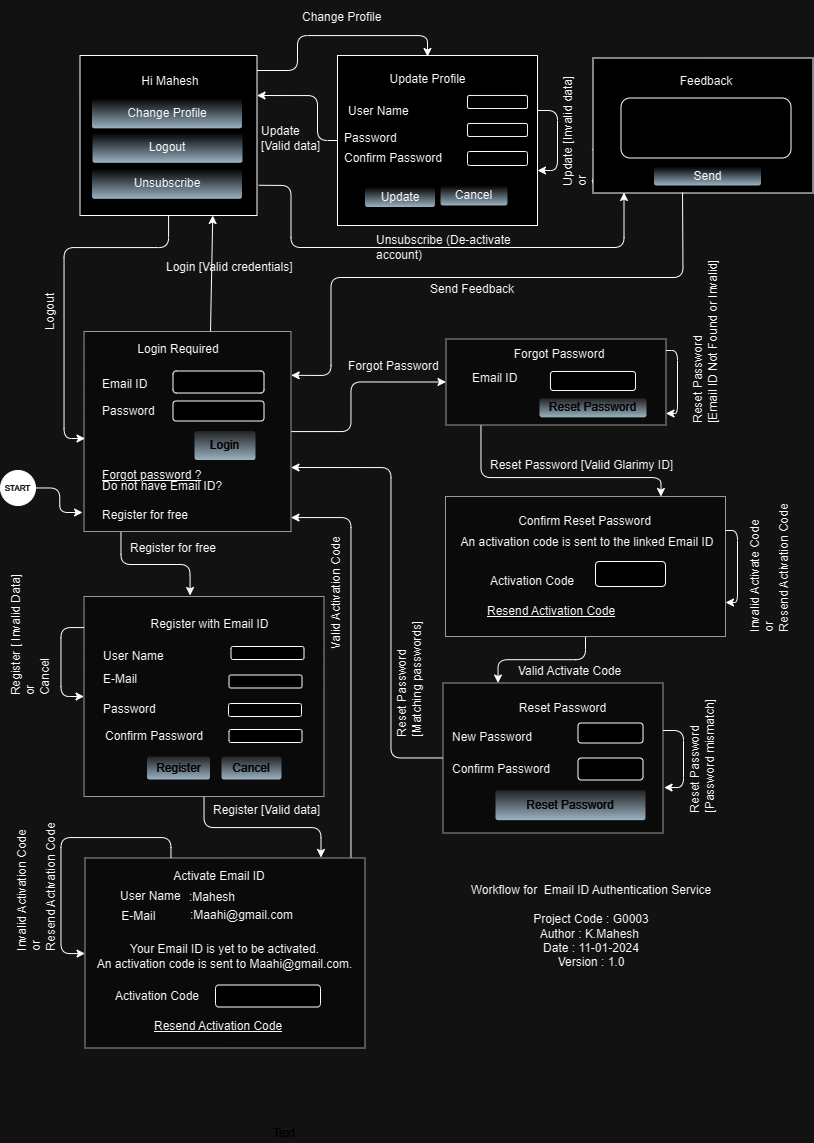
This is workflow.drawio.png from DEVOPS-CST-BATCH-14/PRO14, a draw.io export, as it was before one commit. Source tidied: cells renumbered, new cells last; positions are measured from the earlier drawing's top-left corner, leaving out a move shared by most shapes.
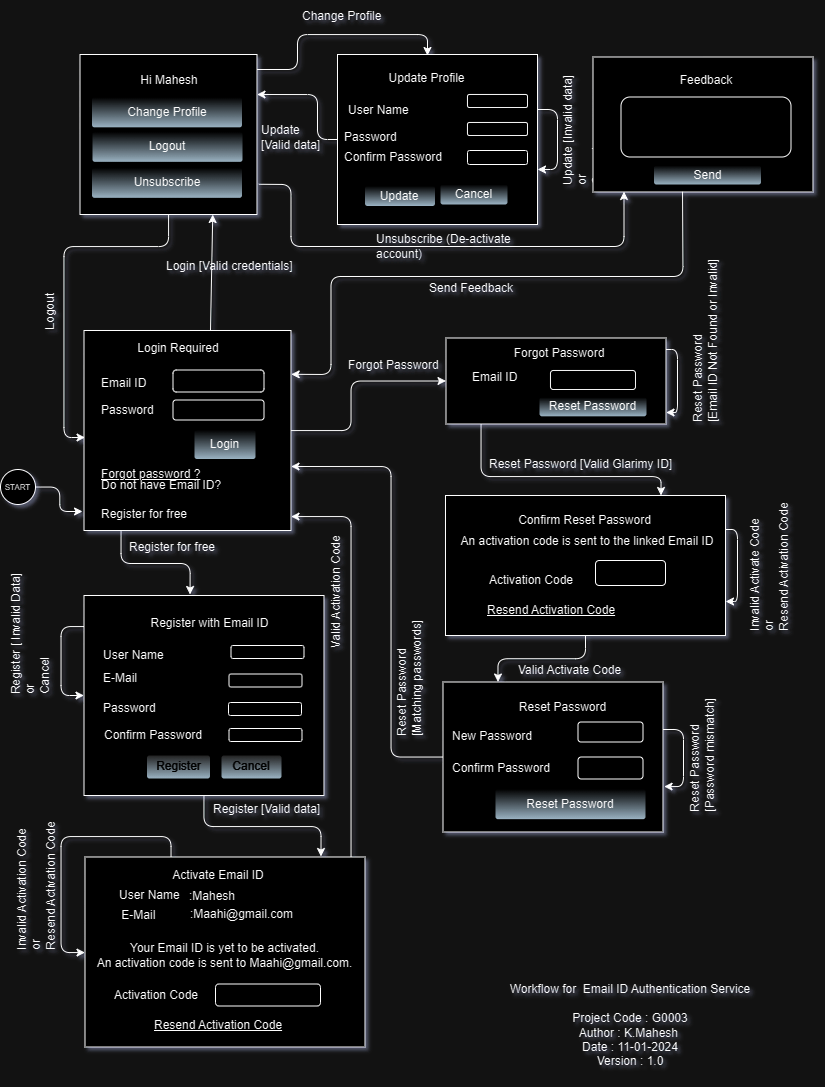
After the change.

Change to the diagram source:
```diff
@@ -1,2 +1,2 @@
-<mxGraphModel>
+<mxGraphModel shadow="1">
   <root>
@@ -20,3 +20,3 @@
     </mxCell>
-    <mxCell id="4" style="rounded=0;fillColor=#f5f5f5;strokeColor=#666666;fontColor=#333333;fontSize=12;labelBorderColor=none;whiteSpace=wrap;html=1;fontStyle=0;" parent="1" vertex="1">
+    <mxCell id="4" style="rounded=0;fontSize=12;labelBorderColor=none;whiteSpace=wrap;html=1;fontStyle=0;" parent="1" vertex="1">
       <mxGeometry x="122.5" y="331" width="207" height="200" as="geometry" />
@@ -26,3 +26,3 @@
     </mxCell>
-    <mxCell id="6" value="Email ID" style="text;strokeColor=none;fillColor=none;align=left;verticalAlign=middle;rounded=0;fontStyle=0;fontSize=12;labelBorderColor=none;whiteSpace=wrap;html=1;" parent="1" vertex="1">
+    <mxCell id="6" value="Email ID" style="text;align=left;verticalAlign=middle;rounded=0;fontStyle=0;fontSize=12;labelBorderColor=none;whiteSpace=wrap;html=1;" parent="1" vertex="1">
       <mxGeometry x="138.5" y="363.5" width="120" height="40" as="geometry" />
@@ -32,15 +32,15 @@
     </mxCell>
-    <mxCell id="8" value="Password" style="text;strokeColor=none;fillColor=none;align=left;verticalAlign=middle;rounded=0;fontStyle=0;fontSize=12;labelBorderColor=none;whiteSpace=wrap;html=1;" parent="1" vertex="1">
+    <mxCell id="8" value="Password" style="text;align=left;verticalAlign=middle;rounded=0;fontStyle=0;fontSize=12;labelBorderColor=none;whiteSpace=wrap;html=1;" parent="1" vertex="1">
       <mxGeometry x="138.5" y="390.5" width="130" height="40" as="geometry" />
     </mxCell>
-    <mxCell id="9" value="Login" style="strokeWidth=1;shadow=0;dashed=0;shape=mxgraph.ios.iButton;strokeColor=#444444;fontColor=#ffffff;buttonText=;fontSize=12;fillColor=#dddddd;fillColor2=#3D5565;align=center;labelBorderColor=none;whiteSpace=wrap;html=1;fontStyle=0;" parent="1" vertex="1">
+    <mxCell id="9" value="Login" style="strokeWidth=1;shadow=0;dashed=0;shape=mxgraph.ios.iButton;buttonText=;fontSize=12;fillColor2=#3D5565;align=center;labelBorderColor=none;whiteSpace=wrap;html=1;fontStyle=0;" parent="1" vertex="1">
       <mxGeometry x="233" y="430.5" width="61" height="29" as="geometry" />
     </mxCell>
-    <mxCell id="10" value="Forgot password ?" style="text;strokeColor=none;fillColor=none;align=left;verticalAlign=middle;rounded=0;fontStyle=4;fontSize=12;labelBorderColor=none;whiteSpace=wrap;html=1;" parent="1" vertex="1">
+    <mxCell id="10" value="Forgot password ?" style="text;align=left;verticalAlign=middle;rounded=0;fontStyle=4;fontSize=12;labelBorderColor=none;whiteSpace=wrap;html=1;" parent="1" vertex="1">
       <mxGeometry x="138.5" y="464.5" width="210" height="20" as="geometry" />
     </mxCell>
-    <mxCell id="11" value="Do not have Email ID? &lt;br&gt;&lt;br&gt;Register for free" style="text;strokeColor=none;fillColor=none;align=left;verticalAlign=middle;rounded=0;fontStyle=0;fontSize=12;labelBorderColor=none;whiteSpace=wrap;html=1;" parent="1" vertex="1">
+    <mxCell id="11" value="Do not have Email ID? &lt;br&gt;&lt;br&gt;Register for free" style="text;align=left;verticalAlign=middle;rounded=0;fontStyle=0;fontSize=12;labelBorderColor=none;whiteSpace=wrap;html=1;" parent="1" vertex="1">
       <mxGeometry x="138.5" y="489.5" width="157" height="20" as="geometry" />
     </mxCell>
-    <mxCell id="12" value="Login Required" style="text;strokeColor=none;fillColor=none;align=center;verticalAlign=middle;rounded=0;fontSize=12;labelBorderColor=none;whiteSpace=wrap;html=1;fontStyle=0;" parent="1" vertex="1">
+    <mxCell id="12" value="Login Required" style="text;align=center;verticalAlign=middle;rounded=0;fontSize=12;labelBorderColor=none;whiteSpace=wrap;html=1;fontStyle=0;" parent="1" vertex="1">
       <mxGeometry x="153" y="331" width="128" height="35" as="geometry" />
@@ -56,3 +56,3 @@
     </mxCell>
-    <mxCell id="14" style="rounded=0;fillColor=#f5f5f5;strokeColor=#666666;fontColor=#333333;fontSize=12;labelBorderColor=none;whiteSpace=wrap;html=1;fontStyle=0;" parent="1" vertex="1">
+    <mxCell id="14" style="rounded=0;fontSize=12;labelBorderColor=none;whiteSpace=wrap;html=1;fontStyle=0;" parent="1" vertex="1">
       <mxGeometry x="122.5" y="596" width="240" height="200" as="geometry" />
@@ -90,9 +90,9 @@
     </mxCell>
-    <mxCell id="24" style="rounded=0;fillColor=#f5f5f5;strokeColor=#666666;fontColor=#333333;fontSize=12;labelBorderColor=none;whiteSpace=wrap;html=1;fontStyle=0;" parent="1" vertex="1">
+    <mxCell id="24" style="rounded=0;fontSize=12;labelBorderColor=none;whiteSpace=wrap;html=1;fontStyle=0;" parent="1" vertex="1">
       <mxGeometry x="123.5" y="857.5" width="280" height="190" as="geometry" />
     </mxCell>
-    <mxCell id="25" value="User Name" style="text;strokeColor=none;fillColor=none;align=left;verticalAlign=middle;rounded=0;fontStyle=0;fontSize=12;labelBorderColor=none;whiteSpace=wrap;html=1;" parent="1" vertex="1">
+    <mxCell id="25" value="User Name" style="text;align=left;verticalAlign=middle;rounded=0;fontStyle=0;fontSize=12;labelBorderColor=none;whiteSpace=wrap;html=1;" parent="1" vertex="1">
       <mxGeometry x="156.5" y="875.5" width="120" height="40" as="geometry" />
     </mxCell>
-    <mxCell id="26" value="Activate Email ID" style="text;strokeColor=none;fillColor=none;align=center;verticalAlign=middle;rounded=0;fontSize=12;fontStyle=0;labelBorderColor=none;whiteSpace=wrap;html=1;" parent="1" vertex="1">
+    <mxCell id="26" value="Activate Email ID" style="text;align=center;verticalAlign=middle;rounded=0;fontSize=12;fontStyle=0;labelBorderColor=none;whiteSpace=wrap;html=1;" parent="1" vertex="1">
       <mxGeometry x="173.5" y="866.5" width="168" height="18" as="geometry" />
@@ -102,15 +102,15 @@
     </mxCell>
-    <mxCell id="28" value="Activation Code" style="text;strokeColor=none;fillColor=none;align=left;verticalAlign=middle;rounded=0;fontStyle=0;fontSize=12;labelBorderColor=none;whiteSpace=wrap;html=1;" parent="1" vertex="1">
+    <mxCell id="28" value="Activation Code" style="text;align=left;verticalAlign=middle;rounded=0;fontStyle=0;fontSize=12;labelBorderColor=none;whiteSpace=wrap;html=1;" parent="1" vertex="1">
       <mxGeometry x="151.5" y="975.5" width="130" height="40" as="geometry" />
     </mxCell>
-    <mxCell id="29" value="&amp;nbsp;E-Mail" style="text;strokeColor=none;fillColor=none;align=left;verticalAlign=middle;rounded=0;fontStyle=0;fontSize=12;labelBorderColor=none;whiteSpace=wrap;html=1;" parent="1" vertex="1">
+    <mxCell id="29" value="&amp;nbsp;E-Mail" style="text;align=left;verticalAlign=middle;rounded=0;fontStyle=0;fontSize=12;labelBorderColor=none;whiteSpace=wrap;html=1;" parent="1" vertex="1">
       <mxGeometry x="155" y="895.5" width="120" height="40" as="geometry" />
     </mxCell>
-    <mxCell id="30" value=":Mahesh" style="text;strokeColor=none;fillColor=none;align=left;verticalAlign=middle;rounded=0;fontStyle=0;fontSize=12;labelBorderColor=none;whiteSpace=wrap;html=1;" parent="1" vertex="1">
+    <mxCell id="30" value=":Mahesh" style="text;align=left;verticalAlign=middle;rounded=0;fontStyle=0;fontSize=12;labelBorderColor=none;whiteSpace=wrap;html=1;" parent="1" vertex="1">
       <mxGeometry x="225.5" y="882" width="141" height="29" as="geometry" />
     </mxCell>
-    <mxCell id="31" value=":Maahi@gmail.com" style="text;strokeColor=none;fillColor=none;align=left;verticalAlign=middle;rounded=0;fontStyle=0;fontSize=12;labelBorderColor=none;whiteSpace=wrap;html=1;" parent="1" vertex="1">
+    <mxCell id="31" value=":Maahi@gmail.com" style="text;align=left;verticalAlign=middle;rounded=0;fontStyle=0;fontSize=12;labelBorderColor=none;whiteSpace=wrap;html=1;" parent="1" vertex="1">
       <mxGeometry x="227" y="902" width="141" height="26" as="geometry" />
     </mxCell>
-    <mxCell id="32" value="Resend Activation Code" style="text;strokeColor=none;fillColor=none;align=left;verticalAlign=middle;rounded=0;fontStyle=4;fontSize=12;labelBorderColor=none;whiteSpace=wrap;html=1;" parent="1" vertex="1">
+    <mxCell id="32" value="Resend Activation Code" style="text;align=left;verticalAlign=middle;rounded=0;fontStyle=4;fontSize=12;labelBorderColor=none;whiteSpace=wrap;html=1;" parent="1" vertex="1">
       <mxGeometry x="190.5" y="1015.5" width="146" height="20" as="geometry" />
@@ -125,6 +125,6 @@
     </mxCell>
-    <mxCell id="34" style="rounded=0;fillColor=#f5f5f5;strokeColor=#666666;fontColor=#333333;fontSize=12;labelBorderColor=none;whiteSpace=wrap;html=1;fontStyle=0;" parent="1" vertex="1">
+    <mxCell id="34" style="rounded=0;fontSize=12;labelBorderColor=none;whiteSpace=wrap;html=1;fontStyle=0;" parent="1" vertex="1">
       <mxGeometry x="484.5" y="338.5" width="220" height="86" as="geometry" />
     </mxCell>
-    <mxCell id="35" value="Forgot Password" style="text;strokeColor=none;fillColor=none;align=center;verticalAlign=middle;rounded=0;fontSize=12;labelBorderColor=none;whiteSpace=wrap;html=1;fontStyle=0;" parent="1" vertex="1">
+    <mxCell id="35" value="Forgot Password" style="text;align=center;verticalAlign=middle;rounded=0;fontSize=12;labelBorderColor=none;whiteSpace=wrap;html=1;fontStyle=0;" parent="1" vertex="1">
       <mxGeometry x="536" y="336" width="124" height="35" as="geometry" />
@@ -134,3 +134,3 @@
     </mxCell>
-    <mxCell id="37" value="Email ID" style="text;strokeColor=none;fillColor=none;align=left;verticalAlign=middle;rounded=0;fontStyle=0;fontSize=12;labelBorderColor=none;whiteSpace=wrap;html=1;" parent="1" vertex="1">
+    <mxCell id="37" value="Email ID" style="text;align=left;verticalAlign=middle;rounded=0;fontStyle=0;fontSize=12;labelBorderColor=none;whiteSpace=wrap;html=1;" parent="1" vertex="1">
       <mxGeometry x="509" y="357.8" width="130" height="40" as="geometry" />
@@ -140,6 +140,6 @@
     </mxCell>
-    <mxCell id="39" style="rounded=0;fillColor=#f5f5f5;strokeColor=#666666;fontColor=#333333;fontSize=12;labelBorderColor=none;whiteSpace=wrap;html=1;fontStyle=0;" parent="1" vertex="1">
+    <mxCell id="39" style="rounded=0;fontSize=12;labelBorderColor=none;whiteSpace=wrap;html=1;fontStyle=0;" parent="1" vertex="1">
       <mxGeometry x="484" y="496" width="280" height="140" as="geometry" />
     </mxCell>
-    <mxCell id="40" value="Confirm Reset Password&lt;br&gt;" style="text;strokeColor=none;fillColor=none;align=center;verticalAlign=middle;rounded=0;fontSize=12;labelBorderColor=none;whiteSpace=wrap;html=1;fontStyle=0;" parent="1" vertex="1">
+    <mxCell id="40" value="Confirm Reset Password&lt;br&gt;" style="text;align=center;verticalAlign=middle;rounded=0;fontSize=12;labelBorderColor=none;whiteSpace=wrap;html=1;fontStyle=0;" parent="1" vertex="1">
       <mxGeometry x="543" y="503" width="161" height="35" as="geometry" />
@@ -160,3 +160,3 @@
     </mxCell>
-    <mxCell id="43" style="rounded=0;fillColor=#f5f5f5;strokeColor=#666666;fontColor=#333333;fontSize=12;labelBorderColor=none;whiteSpace=wrap;html=1;fontStyle=0;" parent="1" vertex="1">
+    <mxCell id="43" style="rounded=0;fontSize=12;labelBorderColor=none;whiteSpace=wrap;html=1;fontStyle=0;" parent="1" vertex="1">
       <mxGeometry x="481.5" y="682.5" width="220" height="150" as="geometry" />
@@ -166,9 +166,9 @@
     </mxCell>
-    <mxCell id="45" value="New Password" style="text;strokeColor=none;fillColor=none;align=left;verticalAlign=middle;rounded=0;fontStyle=0;fontSize=12;labelBorderColor=none;whiteSpace=wrap;html=1;" parent="1" vertex="1">
+    <mxCell id="45" value="New Password" style="text;align=left;verticalAlign=middle;rounded=0;fontStyle=0;fontSize=12;labelBorderColor=none;whiteSpace=wrap;html=1;" parent="1" vertex="1">
       <mxGeometry x="489" y="717.4" width="130" height="40" as="geometry" />
     </mxCell>
-    <mxCell id="46" value="Reset Password" style="text;strokeColor=none;fillColor=none;align=center;verticalAlign=middle;rounded=0;fontSize=12;labelBorderColor=none;whiteSpace=wrap;html=1;fontStyle=0;" parent="1" vertex="1">
+    <mxCell id="46" value="Reset Password" style="text;align=center;verticalAlign=middle;rounded=0;fontSize=12;labelBorderColor=none;whiteSpace=wrap;html=1;fontStyle=0;" parent="1" vertex="1">
       <mxGeometry x="538" y="690" width="127" height="35" as="geometry" />
     </mxCell>
-    <mxCell id="47" value="Reset Password" style="strokeWidth=1;shadow=0;dashed=0;shape=mxgraph.ios.iButton;strokeColor=#444444;fontColor=#ffffff;buttonText=;fontSize=12;fillColor=#dddddd;fillColor2=#3D5565;align=center;labelBorderColor=none;whiteSpace=wrap;html=1;fontStyle=0;" parent="1" vertex="1">
+    <mxCell id="47" value="Reset Password" style="strokeWidth=1;shadow=0;dashed=0;shape=mxgraph.ios.iButton;buttonText=;fontSize=12;fillColor2=#3D5565;align=center;labelBorderColor=none;whiteSpace=wrap;html=1;fontStyle=0;" parent="1" vertex="1">
       <mxGeometry x="534" y="789.7" width="150" height="30" as="geometry" />
@@ -178,3 +178,3 @@
     </mxCell>
-    <mxCell id="49" value="Confirm Password" style="text;strokeColor=none;fillColor=none;align=left;verticalAlign=middle;rounded=0;fontStyle=0;fontSize=12;labelBorderColor=none;whiteSpace=wrap;html=1;" parent="1" vertex="1">
+    <mxCell id="49" value="Confirm Password" style="text;align=left;verticalAlign=middle;rounded=0;fontStyle=0;fontSize=12;labelBorderColor=none;whiteSpace=wrap;html=1;" parent="1" vertex="1">
       <mxGeometry x="489" y="749.4" width="130" height="40" as="geometry" />
@@ -252,5 +252,5 @@
     <mxCell id="68" value="Workflow for&amp;nbsp; Email ID Authentication Service&lt;br&gt;&lt;br&gt;Project Code : G0003&lt;br&gt;Author : K.Mahesh&amp;nbsp;&lt;br&gt;Date : 11-01-2024&lt;br&gt;Version : 1.0" style="text;strokeColor=none;fillColor=none;align=center;verticalAlign=middle;rounded=0;fontSize=12;labelBorderColor=none;whiteSpace=wrap;html=1;fontStyle=0;" parent="1" vertex="1">
-      <mxGeometry x="480.5" y="875.5" width="298" height="100" as="geometry" />
+      <mxGeometry x="520" y="975.5" width="298" height="100" as="geometry" />
     </mxCell>
-    <mxCell id="69" value="Your Email ID is yet to be activated.&lt;br&gt;An activation code is sent to Maahi@gmail.com. " style="text;strokeColor=none;fillColor=none;align=center;verticalAlign=middle;rounded=0;fontSize=12;labelBorderColor=none;whiteSpace=wrap;html=1;fontStyle=0;" parent="1" vertex="1">
+    <mxCell id="69" value="Your Email ID is yet to be activated.&lt;br&gt;An activation code is sent to Maahi@gmail.com. " style="text;align=center;verticalAlign=middle;rounded=0;fontSize=12;labelBorderColor=none;whiteSpace=wrap;html=1;fontStyle=0;" parent="1" vertex="1">
       <mxGeometry x="122.5" y="946" width="281" height="20" as="geometry" />
@@ -260,9 +260,9 @@
     </mxCell>
-    <mxCell id="71" value="Activation Code" style="text;strokeColor=none;fillColor=none;align=left;verticalAlign=middle;rounded=0;fontStyle=0;fontSize=12;labelBorderColor=none;whiteSpace=wrap;html=1;" parent="1" vertex="1">
+    <mxCell id="71" value="Activation Code" style="text;align=left;verticalAlign=middle;rounded=0;fontStyle=0;fontSize=12;labelBorderColor=none;whiteSpace=wrap;html=1;" parent="1" vertex="1">
       <mxGeometry x="526.5" y="560.5" width="130" height="40" as="geometry" />
     </mxCell>
-    <mxCell id="72" value="Resend Activation Code" style="text;strokeColor=none;fillColor=none;align=left;verticalAlign=middle;rounded=0;fontStyle=4;fontSize=12;labelBorderColor=none;whiteSpace=wrap;html=1;" parent="1" vertex="1">
+    <mxCell id="72" value="Resend Activation Code" style="text;align=left;verticalAlign=middle;rounded=0;fontStyle=4;fontSize=12;labelBorderColor=none;whiteSpace=wrap;html=1;" parent="1" vertex="1">
       <mxGeometry x="524" y="601" width="155" height="20" as="geometry" />
     </mxCell>
-    <mxCell id="73" value="An activation code is sent to the linked Email ID " style="text;strokeColor=none;fillColor=none;align=center;verticalAlign=middle;rounded=0;fontSize=12;labelBorderColor=none;whiteSpace=wrap;html=1;fontStyle=0;" parent="1" vertex="1">
+    <mxCell id="73" value="An activation code is sent to the linked Email ID " style="text;align=center;verticalAlign=middle;rounded=0;fontSize=12;labelBorderColor=none;whiteSpace=wrap;html=1;fontStyle=0;" parent="1" vertex="1">
       <mxGeometry x="494" y="532" width="264" height="20" as="geometry" />
@@ -278,3 +278,3 @@
     </mxCell>
-    <mxCell id="77" value="Reset Password" style="strokeWidth=1;shadow=0;dashed=0;shape=mxgraph.ios.iButton;strokeColor=#444444;fontColor=#ffffff;buttonText=;fontSize=12;fillColor=#dddddd;fillColor2=#3D5565;align=center;labelBorderColor=none;whiteSpace=wrap;html=1;fontStyle=0;" parent="1" vertex="1">
+    <mxCell id="77" value="Reset Password" style="strokeWidth=1;shadow=0;dashed=0;shape=mxgraph.ios.iButton;buttonText=;fontSize=12;fillColor2=#3D5565;align=center;labelBorderColor=none;whiteSpace=wrap;html=1;fontStyle=0;" parent="1" vertex="1">
       <mxGeometry x="578" y="397.8" width="107" height="19" as="geometry" />
@@ -294,3 +294,3 @@
     </mxCell>
-    <mxCell id="81" value="Forgot Password" style="text;strokeColor=none;fillColor=none;align=left;verticalAlign=middle;rounded=0;fontSize=12;labelBorderColor=none;whiteSpace=wrap;html=1;fontStyle=0;" parent="1" vertex="1">
+    <mxCell id="81" value="Forgot Password" style="text;align=left;verticalAlign=middle;rounded=0;fontSize=12;labelBorderColor=none;whiteSpace=wrap;html=1;fontStyle=0;" parent="1" vertex="1">
       <mxGeometry x="384.5" y="356" width="96" height="20" as="geometry" />
@@ -300,3 +300,3 @@
     </mxCell>
-    <mxCell id="83" value="Valid Activate Code" style="text;strokeColor=none;fillColor=none;align=left;verticalAlign=middle;rounded=0;fontSize=12;labelBorderColor=none;whiteSpace=wrap;html=1;fontStyle=0;" parent="1" vertex="1">
+    <mxCell id="83" value="Valid Activate Code" style="text;align=left;verticalAlign=middle;rounded=0;fontSize=12;labelBorderColor=none;whiteSpace=wrap;html=1;fontStyle=0;" parent="1" vertex="1">
       <mxGeometry x="554.5" y="661" width="116" height="20" as="geometry" />
@@ -310,3 +310,3 @@
     </mxCell>
-    <mxCell id="85" value="Invalid Activate Code&lt;br&gt;or&lt;br&gt;Resend Activation Code&lt;br&gt;" style="text;strokeColor=none;fillColor=none;align=left;verticalAlign=middle;rounded=0;fontSize=12;rotation=-90;labelBorderColor=none;whiteSpace=wrap;html=1;fontStyle=0;" parent="1" vertex="1">
+    <mxCell id="85" value="Invalid Activate Code&lt;br&gt;or&lt;br&gt;Resend Activation Code&lt;br&gt;" style="text;align=left;verticalAlign=middle;rounded=0;fontSize=12;rotation=-90;labelBorderColor=none;whiteSpace=wrap;html=1;fontStyle=0;" parent="1" vertex="1">
       <mxGeometry x="739.5" y="556" width="136" height="20" as="geometry" />
@@ -334,3 +334,3 @@
     </mxCell>
-    <mxCell id="90" value="Logout" style="text;html=1;strokeColor=none;fillColor=none;align=left;verticalAlign=middle;whiteSpace=wrap;rounded=0;fontSize=12;direction=south;rotation=-90;" parent="1" vertex="1">
+    <mxCell id="90" value="Logout" style="text;html=1;align=left;verticalAlign=middle;whiteSpace=wrap;rounded=0;fontSize=12;direction=south;rotation=-90;" parent="1" vertex="1">
       <mxGeometry x="78.5" y="295" width="20" height="54" as="geometry" />
@@ -361,5 +361,2 @@
     </mxCell>
-    <mxCell id="96" value="Text" style="text;html=1;align=left;verticalAlign=top;spacingTop=-4;fontSize=12;fontColor=#FFFFFF;" parent="1" vertex="1">
-      <mxGeometry x="309.5" y="1123" width="40" height="20" as="geometry" />
-    </mxCell>
     <mxCell id="97" style="edgeStyle=orthogonalEdgeStyle;rounded=1;comic=0;jumpStyle=none;orthogonalLoop=1;jettySize=auto;fontSize=12;fontColor=#FFFFFF;align=left;labelBorderColor=none;html=1;fontStyle=0;" parent="1" edge="1" source="24" target="24">
@@ -427,3 +424,3 @@
     </mxCell>
-    <mxCell id="111" value="START" style="ellipse;whiteSpace=wrap;html=1;fontSize=8;labelBackgroundColor=none;fillColor=#000000;fontColor=#FFFFFF;" parent="1" vertex="1">
+    <mxCell id="111" value="START" style="ellipse;whiteSpace=wrap;html=1;fontSize=8;labelBackgroundColor=none;" parent="1" vertex="1">
       <mxGeometry x="39" y="470" width="35" height="35" as="geometry" />
```
